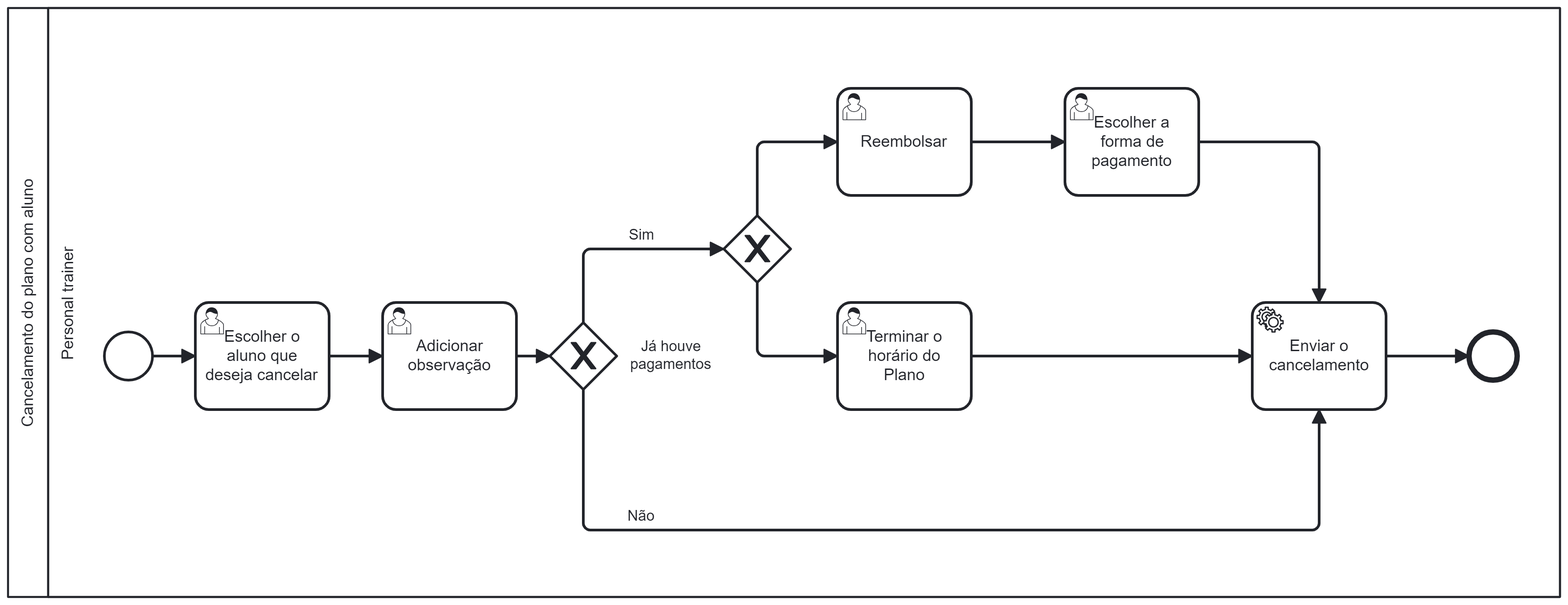
friche11/Academia-TIS-2 keeps this BPMN diagram as assets/processos/Cancelamento do plano com aluno.png. Above is the earlier version. Its source is kept beside it as assets/processos/Cancelamento do plano com aluno.bpmn. Ids are renumbered.
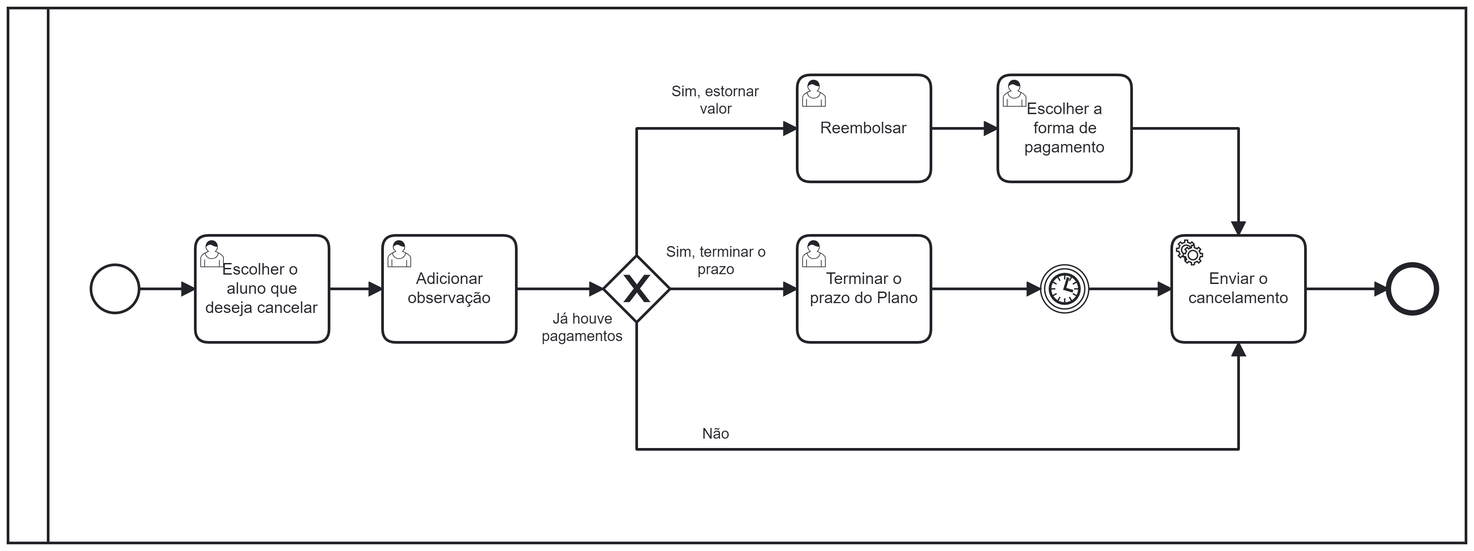
After the commit.

What changed in the source:
```diff
@@ -1,178 +1,163 @@
-<bpmn:definitions xmlns:bpmn="http://www.omg.org/spec/BPMN/20100524/MODEL" xmlns:bpmndi="http://www.omg.org/spec/BPMN/20100524/DI" xmlns:dc="http://www.omg.org/spec/DD/20100524/DC" xmlns:di="http://www.omg.org/spec/DD/20100524/DI" xmlns:modeler="http://camunda.org/schema/modeler/1.0" id="Definitions_n1" targetNamespace="http://bpmn.io/schema/bpmn" exporter="Camunda Modeler" exporterVersion="5.9.0" modeler:executionPlatform="Camunda Platform" modeler:executionPlatformVersion="7.18.0">
-  <bpmn:collaboration id="Collaboration_n2">
-    <bpmn:participant id="Participant_n3" name="Cancelamento do plano com aluno" processRef="Process_n4" />
+<bpmn:definitions xmlns:bpmn="http://www.omg.org/spec/BPMN/20100524/MODEL" xmlns:bpmndi="http://www.omg.org/spec/BPMN/20100524/DI" xmlns:dc="http://www.omg.org/spec/DD/20100524/DC" xmlns:di="http://www.omg.org/spec/DD/20100524/DI" xmlns:modeler="http://camunda.org/schema/modeler/1.0" id="Definitions_n27" targetNamespace="http://bpmn.io/schema/bpmn" exporter="Camunda Modeler" exporterVersion="5.3.0" modeler:executionPlatform="Camunda Platform" modeler:executionPlatformVersion="7.17.0">
+  <bpmn:collaboration id="Collaboration_n28">
+    <bpmn:participant id="Participant_n29" processRef="Process_n30" />
   </bpmn:collaboration>
-  <bpmn:process id="Process_n4" isExecutable="true">
-    <bpmn:laneSet id="LaneSet_n5">
-      <bpmn:lane id="Lane_n6" name="Personal trainer">
-        <bpmn:flowNodeRef>Gateway_n7</bpmn:flowNodeRef>
-        <bpmn:flowNodeRef>Event_n8</bpmn:flowNodeRef>
-        <bpmn:flowNodeRef>Gateway_n9</bpmn:flowNodeRef>
-        <bpmn:flowNodeRef>StartEvent_1</bpmn:flowNodeRef>
-        <bpmn:flowNodeRef>Activity_n10</bpmn:flowNodeRef>
-        <bpmn:flowNodeRef>Activity_n11</bpmn:flowNodeRef>
-        <bpmn:flowNodeRef>Activity_n12</bpmn:flowNodeRef>
-        <bpmn:flowNodeRef>Activity_n13</bpmn:flowNodeRef>
-        <bpmn:flowNodeRef>Activity_n14</bpmn:flowNodeRef>
-        <bpmn:flowNodeRef>Activity_n15</bpmn:flowNodeRef>
-      </bpmn:lane>
-    </bpmn:laneSet>
-    <bpmn:exclusiveGateway id="Gateway_n7">
-      <bpmn:incoming>Flow_n16</bpmn:incoming>
-      <bpmn:outgoing>Flow_n17</bpmn:outgoing>
-      <bpmn:outgoing>Flow_n18</bpmn:outgoing>
+  <bpmn:process id="Process_n30" isExecutable="true">
+    <bpmn:startEvent id="StartEvent_1">
+      <bpmn:outgoing>Flow_n31</bpmn:outgoing>
+    </bpmn:startEvent>
+    <bpmn:endEvent id="Event_n32">
+      <bpmn:incoming>Flow_n33</bpmn:incoming>
+    </bpmn:endEvent>
+    <bpmn:userTask id="Activity_n34" name="Escolher o  aluno que deseja cancelar">
+      <bpmn:incoming>Flow_n31</bpmn:incoming>
+      <bpmn:outgoing>Flow_n35</bpmn:outgoing>
+    </bpmn:userTask>
+    <bpmn:serviceTask id="Activity_n36" name="Enviar o cancelamento">
+      <bpmn:incoming>Flow_n37</bpmn:incoming>
+      <bpmn:incoming>Flow_n38</bpmn:incoming>
+      <bpmn:incoming>Flow_n39</bpmn:incoming>
+      <bpmn:outgoing>Flow_n33</bpmn:outgoing>
+    </bpmn:serviceTask>
+    <bpmn:intermediateCatchEvent id="Event_n40">
+      <bpmn:incoming>Flow_n41</bpmn:incoming>
+      <bpmn:outgoing>Flow_n39</bpmn:outgoing>
+      <bpmn:timerEventDefinition id="TimerEventDefinition_n42" />
+    </bpmn:intermediateCatchEvent>
+    <bpmn:exclusiveGateway id="Gateway_n43" name="Já houve pagamentos">
+      <bpmn:incoming>Flow_n44</bpmn:incoming>
+      <bpmn:outgoing>Flow_n37</bpmn:outgoing>
+      <bpmn:outgoing>Flow_n45</bpmn:outgoing>
+      <bpmn:outgoing>Flow_n46</bpmn:outgoing>
     </bpmn:exclusiveGateway>
-    <bpmn:endEvent id="Event_n8">
-      <bpmn:incoming>Flow_n19</bpmn:incoming>
-    </bpmn:endEvent>
-    <bpmn:exclusiveGateway id="Gateway_n9" name="Já houve pagamentos">
-      <bpmn:incoming>Flow_n20</bpmn:incoming>
-      <bpmn:outgoing>Flow_n21</bpmn:outgoing>
-      <bpmn:outgoing>Flow_n16</bpmn:outgoing>
-    </bpmn:exclusiveGateway>
-    <bpmn:startEvent id="StartEvent_1">
-      <bpmn:outgoing>Flow_n22</bpmn:outgoing>
-    </bpmn:startEvent>
-    <bpmn:userTask id="Activity_n10" name="Escolher o aluno que deseja cancelar">
-      <bpmn:incoming>Flow_n22</bpmn:incoming>
-      <bpmn:outgoing>Flow_n23</bpmn:outgoing>
+    <bpmn:userTask id="Activity_n47" name="Terminar o prazo do Plano">
+      <bpmn:incoming>Flow_n45</bpmn:incoming>
+      <bpmn:outgoing>Flow_n41</bpmn:outgoing>
     </bpmn:userTask>
-    <bpmn:userTask id="Activity_n11" name="Adicionar observação">
-      <bpmn:incoming>Flow_n23</bpmn:incoming>
-      <bpmn:outgoing>Flow_n20</bpmn:outgoing>
+    <bpmn:userTask id="Activity_n48" name="Adicionar observação">
+      <bpmn:incoming>Flow_n35</bpmn:incoming>
+      <bpmn:outgoing>Flow_n44</bpmn:outgoing>
     </bpmn:userTask>
-    <bpmn:serviceTask id="Activity_n12" name="Enviar o cancelamento">
-      <bpmn:incoming>Flow_n21</bpmn:incoming>
-      <bpmn:incoming>Flow_n24</bpmn:incoming>
-      <bpmn:incoming>Flow_n25</bpmn:incoming>
-      <bpmn:outgoing>Flow_n19</bpmn:outgoing>
-    </bpmn:serviceTask>
-    <bpmn:userTask id="Activity_n13" name="Terminar o horário do Plano">
-      <bpmn:incoming>Flow_n18</bpmn:incoming>
-      <bpmn:outgoing>Flow_n24</bpmn:outgoing>
+    <bpmn:userTask id="Activity_n49" name="Reembolsar">
+      <bpmn:incoming>Flow_n46</bpmn:incoming>
+      <bpmn:outgoing>Flow_n50</bpmn:outgoing>
     </bpmn:userTask>
-    <bpmn:userTask id="Activity_n14" name="Reembolsar">
-      <bpmn:incoming>Flow_n17</bpmn:incoming>
-      <bpmn:outgoing>Flow_n26</bpmn:outgoing>
+    <bpmn:userTask id="Activity_n51" name="Escolher a forma de pagamento">
+      <bpmn:incoming>Flow_n50</bpmn:incoming>
+      <bpmn:outgoing>Flow_n38</bpmn:outgoing>
     </bpmn:userTask>
-    <bpmn:userTask id="Activity_n15" name="Escolher a forma de pagamento">
-      <bpmn:incoming>Flow_n26</bpmn:incoming>
-      <bpmn:outgoing>Flow_n25</bpmn:outgoing>
-    </bpmn:userTask>
-    <bpmn:sequenceFlow id="Flow_n16" name="Sim" sourceRef="Gateway_n9" targetRef="Gateway_n7" />
-    <bpmn:sequenceFlow id="Flow_n17" sourceRef="Gateway_n7" targetRef="Activity_n14" />
-    <bpmn:sequenceFlow id="Flow_n18" sourceRef="Gateway_n7" targetRef="Activity_n13" />
-    <bpmn:sequenceFlow id="Flow_n19" sourceRef="Activity_n12" targetRef="Event_n8" />
-    <bpmn:sequenceFlow id="Flow_n20" sourceRef="Activity_n11" targetRef="Gateway_n9" />
-    <bpmn:sequenceFlow id="Flow_n21" name="Não" sourceRef="Gateway_n9" targetRef="Activity_n12" />
-    <bpmn:sequenceFlow id="Flow_n22" sourceRef="StartEvent_1" targetRef="Activity_n10" />
-    <bpmn:sequenceFlow id="Flow_n23" sourceRef="Activity_n10" targetRef="Activity_n11" />
-    <bpmn:sequenceFlow id="Flow_n24" sourceRef="Activity_n13" targetRef="Activity_n12" />
-    <bpmn:sequenceFlow id="Flow_n25" sourceRef="Activity_n15" targetRef="Activity_n12" />
-    <bpmn:sequenceFlow id="Flow_n26" sourceRef="Activity_n14" targetRef="Activity_n15" />
+    <bpmn:sequenceFlow id="Flow_n31" sourceRef="StartEvent_1" targetRef="Activity_n34" />
+    <bpmn:sequenceFlow id="Flow_n33" sourceRef="Activity_n36" targetRef="Event_n32" />
+    <bpmn:sequenceFlow id="Flow_n35" sourceRef="Activity_n34" targetRef="Activity_n48" />
+    <bpmn:sequenceFlow id="Flow_n37" name="Não" sourceRef="Gateway_n43" targetRef="Activity_n36" />
+    <bpmn:sequenceFlow id="Flow_n38" sourceRef="Activity_n51" targetRef="Activity_n36" />
+    <bpmn:sequenceFlow id="Flow_n39" sourceRef="Event_n40" targetRef="Activity_n36" />
+    <bpmn:sequenceFlow id="Flow_n41" sourceRef="Activity_n47" targetRef="Event_n40" />
+    <bpmn:sequenceFlow id="Flow_n44" sourceRef="Activity_n48" targetRef="Gateway_n43" />
+    <bpmn:sequenceFlow id="Flow_n45" name="Sim, terminar o prazo" sourceRef="Gateway_n43" targetRef="Activity_n47" />
+    <bpmn:sequenceFlow id="Flow_n46" name="Sim, estornar valor" sourceRef="Gateway_n43" targetRef="Activity_n49" />
+    <bpmn:sequenceFlow id="Flow_n50" sourceRef="Activity_n49" targetRef="Activity_n51" />
   </bpmn:process>
   <bpmndi:BPMNDiagram id="BPMNDiagram_1">
-    <bpmndi:BPMNPlane id="BPMNPlane_1" bpmnElement="Collaboration_n2">
-      <bpmndi:BPMNShape id="Participant_n3_di" bpmnElement="Participant_n3" isHorizontal="true">
-        <dc:Bounds x="160" y="80" width="1160" height="440" />
+    <bpmndi:BPMNPlane id="BPMNPlane_1" bpmnElement="Collaboration_n28">
+      <bpmndi:BPMNShape id="Participant_n29_di" bpmnElement="Participant_n29" isHorizontal="true">
+        <dc:Bounds x="160" y="90" width="1090" height="400" />
+      </bpmndi:BPMNShape>
+      <bpmndi:BPMNShape id="_BPMNShape_StartEvent_2" bpmnElement="StartEvent_1">
+        <dc:Bounds x="222" y="282" width="36" height="36" />
+      </bpmndi:BPMNShape>
+      <bpmndi:BPMNShape id="Event_n32_di" bpmnElement="Event_n32">
+        <dc:Bounds x="1192" y="282" width="36" height="36" />
+      </bpmndi:BPMNShape>
+      <bpmndi:BPMNShape id="Activity_02ouhbb_di" bpmnElement="Activity_n34">
+        <dc:Bounds x="300" y="260" width="100" height="80" />
         <bpmndi:BPMNLabel />
       </bpmndi:BPMNShape>
-      <bpmndi:BPMNShape id="Lane_n6_di" bpmnElement="Lane_n6" isHorizontal="true">
-        <dc:Bounds x="190" y="80" width="1130" height="440" />
+      <bpmndi:BPMNShape id="Activity_17buvbr_di" bpmnElement="Activity_n36">
+        <dc:Bounds x="1030" y="260" width="100" height="80" />
         <bpmndi:BPMNLabel />
       </bpmndi:BPMNShape>
-      <bpmndi:BPMNShape id="Gateway_n7_di" bpmnElement="Gateway_n7" isMarkerVisible="true">
-        <dc:Bounds x="695" y="235" width="50" height="50" />
+      <bpmndi:BPMNShape id="Event_1iw0oas_di" bpmnElement="Event_n40">
+        <dc:Bounds x="932" y="282" width="36" height="36" />
       </bpmndi:BPMNShape>
-      <bpmndi:BPMNShape id="Event_n8_di" bpmnElement="Event_n8">
-        <dc:Bounds x="1252" y="322" width="36" height="36" />
-      </bpmndi:BPMNShape>
-      <bpmndi:BPMNShape id="Gateway_n9_di" bpmnElement="Gateway_n9" isMarkerVisible="true">
-        <dc:Bounds x="565" y="315" width="50" height="50" />
+      <bpmndi:BPMNShape id="Gateway_n43_di" bpmnElement="Gateway_n43" isMarkerVisible="true">
+        <dc:Bounds x="605" y="275" width="50" height="50" />
         <bpmndi:BPMNLabel>
-          <dc:Bounds x="625" y="326.5" width="62" height="27" />
+          <dc:Bounds x="559" y="316" width="62" height="27" />
         </bpmndi:BPMNLabel>
       </bpmndi:BPMNShape>
-      <bpmndi:BPMNShape id="_BPMNShape_StartEvent_2" bpmnElement="StartEvent_1">
-        <dc:Bounds x="232" y="322" width="36" height="36" />
-        <bpmndi:BPMNLabel>
-          <dc:Bounds x="77" y="265" width="26" height="14" />
-        </bpmndi:BPMNLabel>
-      </bpmndi:BPMNShape>
-      <bpmndi:BPMNShape id="Activity_1tucemx_di" bpmnElement="Activity_n10">
-        <dc:Bounds x="300" y="300" width="100" height="80" />
-      </bpmndi:BPMNShape>
-      <bpmndi:BPMNShape id="Activity_1opobj9_di" bpmnElement="Activity_n11">
-        <dc:Bounds x="440" y="300" width="100" height="80" />
-      </bpmndi:BPMNShape>
-      <bpmndi:BPMNShape id="Activity_1wzhs1k_di" bpmnElement="Activity_n12">
-        <dc:Bounds x="1090" y="300" width="100" height="80" />
-      </bpmndi:BPMNShape>
-      <bpmndi:BPMNShape id="Activity_1di5kkp_di" bpmnElement="Activity_n13">
-        <dc:Bounds x="780" y="300" width="100" height="80" />
+      <bpmndi:BPMNShape id="Activity_0xw8bhn_di" bpmnElement="Activity_n47">
+        <dc:Bounds x="750" y="260" width="100" height="80" />
         <bpmndi:BPMNLabel />
       </bpmndi:BPMNShape>
-      <bpmndi:BPMNShape id="Activity_0x5fpfy_di" bpmnElement="Activity_n14">
-        <dc:Bounds x="780" y="140" width="100" height="80" />
+      <bpmndi:BPMNShape id="Activity_1u4jmgl_di" bpmnElement="Activity_n48">
+        <dc:Bounds x="440" y="260" width="100" height="80" />
+        <bpmndi:BPMNLabel />
       </bpmndi:BPMNShape>
-      <bpmndi:BPMNShape id="Activity_1xmkiow_di" bpmnElement="Activity_n15">
-        <dc:Bounds x="950" y="140" width="100" height="80" />
+      <bpmndi:BPMNShape id="Activity_05rl3iz_di" bpmnElement="Activity_n49">
+        <dc:Bounds x="750" y="140" width="100" height="80" />
+        <bpmndi:BPMNLabel />
       </bpmndi:BPMNShape>
-      <bpmndi:BPMNEdge id="Flow_n16_di" bpmnElement="Flow_n16">
-        <di:waypoint x="590" y="315" />
-        <di:waypoint x="590" y="260" />
-        <di:waypoint x="695" y="260" />
+      <bpmndi:BPMNShape id="Activity_1n230q4_di" bpmnElement="Activity_n51">
+        <dc:Bounds x="900" y="140" width="100" height="80" />
+        <bpmndi:BPMNLabel />
+      </bpmndi:BPMNShape>
+      <bpmndi:BPMNEdge id="Flow_n31_di" bpmnElement="Flow_n31">
+        <di:waypoint x="258" y="300" />
+        <di:waypoint x="300" y="300" />
+      </bpmndi:BPMNEdge>
+      <bpmndi:BPMNEdge id="Flow_n35_di" bpmnElement="Flow_n35">
+        <di:waypoint x="400" y="300" />
+        <di:waypoint x="440" y="300" />
+      </bpmndi:BPMNEdge>
+      <bpmndi:BPMNEdge id="Flow_n44_di" bpmnElement="Flow_n44">
+        <di:waypoint x="540" y="300" />
+        <di:waypoint x="605" y="300" />
+      </bpmndi:BPMNEdge>
+      <bpmndi:BPMNEdge id="Flow_n37_di" bpmnElement="Flow_n37">
+        <di:waypoint x="630" y="325" />
+        <di:waypoint x="630" y="420" />
+        <di:waypoint x="1080" y="420" />
+        <di:waypoint x="1080" y="340" />
         <bpmndi:BPMNLabel>
-          <dc:Bounds x="624" y="243" width="19" height="14" />
+          <dc:Bounds x="679" y="402" width="21" height="14" />
         </bpmndi:BPMNLabel>
       </bpmndi:BPMNEdge>
-      <bpmndi:BPMNEdge id="Flow_n17_di" bpmnElement="Flow_n17">
-        <di:waypoint x="720" y="235" />
-        <di:waypoint x="720" y="180" />
-        <di:waypoint x="780" y="180" />
+      <bpmndi:BPMNEdge id="Flow_n50_di" bpmnElement="Flow_n50">
+        <di:waypoint x="850" y="180" />
+        <di:waypoint x="900" y="180" />
       </bpmndi:BPMNEdge>
-      <bpmndi:BPMNEdge id="Flow_n18_di" bpmnElement="Flow_n18">
-        <di:waypoint x="720" y="285" />
-        <di:waypoint x="720" y="340" />
-        <di:waypoint x="780" y="340" />
+      <bpmndi:BPMNEdge id="Flow_n38_di" bpmnElement="Flow_n38">
+        <di:waypoint x="1000" y="180" />
+        <di:waypoint x="1080" y="180" />
+        <di:waypoint x="1080" y="260" />
       </bpmndi:BPMNEdge>
-      <bpmndi:BPMNEdge id="Flow_n19_di" bpmnElement="Flow_n19">
-        <di:waypoint x="1190" y="340" />
-        <di:waypoint x="1252" y="340" />
+      <bpmndi:BPMNEdge id="Flow_n33_di" bpmnElement="Flow_n33">
+        <di:waypoint x="1130" y="300" />
+        <di:waypoint x="1192" y="300" />
       </bpmndi:BPMNEdge>
-      <bpmndi:BPMNEdge id="Flow_n20_di" bpmnElement="Flow_n20">
-        <di:waypoint x="540" y="340" />
-        <di:waypoint x="565" y="340" />
+      <bpmndi:BPMNEdge id="Flow_n41_di" bpmnElement="Flow_n41">
+        <di:waypoint x="850" y="300" />
+        <di:waypoint x="932" y="300" />
       </bpmndi:BPMNEdge>
-      <bpmndi:BPMNEdge id="Flow_n21_di" bpmnElement="Flow_n21">
-        <di:waypoint x="590" y="365" />
-        <di:waypoint x="590" y="470" />
-        <di:waypoint x="1140" y="470" />
-        <di:waypoint x="1140" y="380" />
+      <bpmndi:BPMNEdge id="Flow_n39_di" bpmnElement="Flow_n39">
+        <di:waypoint x="968" y="300" />
+        <di:waypoint x="1030" y="300" />
+      </bpmndi:BPMNEdge>
+      <bpmndi:BPMNEdge id="Flow_n45_di" bpmnElement="Flow_n45">
+        <di:waypoint x="655" y="300" />
+        <di:waypoint x="750" y="300" />
         <bpmndi:BPMNLabel>
-          <dc:Bounds x="623" y="453" width="21" height="14" />
+          <dc:Bounds x="652" y="266" width="75" height="27" />
         </bpmndi:BPMNLabel>
       </bpmndi:BPMNEdge>
-      <bpmndi:BPMNEdge id="Flow_n22_di" bpmnElement="Flow_n22">
-        <di:waypoint x="268" y="340" />
-        <di:waypoint x="300" y="340" />
-      </bpmndi:BPMNEdge>
-      <bpmndi:BPMNEdge id="Flow_n23_di" bpmnElement="Flow_n23">
-        <di:waypoint x="400" y="340" />
-        <di:waypoint x="440" y="340" />
-      </bpmndi:BPMNEdge>
-      <bpmndi:BPMNEdge id="Flow_n24_di" bpmnElement="Flow_n24">
-        <di:waypoint x="880" y="340" />
-        <di:waypoint x="1090" y="340" />
-      </bpmndi:BPMNEdge>
-      <bpmndi:BPMNEdge id="Flow_n25_di" bpmnElement="Flow_n25">
-        <di:waypoint x="1050" y="180" />
-        <di:waypoint x="1140" y="180" />
-        <di:waypoint x="1140" y="300" />
-      </bpmndi:BPMNEdge>
-      <bpmndi:BPMNEdge id="Flow_n26_di" bpmnElement="Flow_n26">
-        <di:waypoint x="880" y="180" />
-        <di:waypoint x="950" y="180" />
+      <bpmndi:BPMNEdge id="Flow_n46_di" bpmnElement="Flow_n46">
+        <di:waypoint x="630" y="275" />
+        <di:waypoint x="630" y="180" />
+        <di:waypoint x="750" y="180" />
+        <bpmndi:BPMNLabel>
+          <dc:Bounds x="656" y="146" width="67" height="27" />
+        </bpmndi:BPMNLabel>
       </bpmndi:BPMNEdge>
     </bpmndi:BPMNPlane>
   </bpmndi:BPMNDiagram>
```
